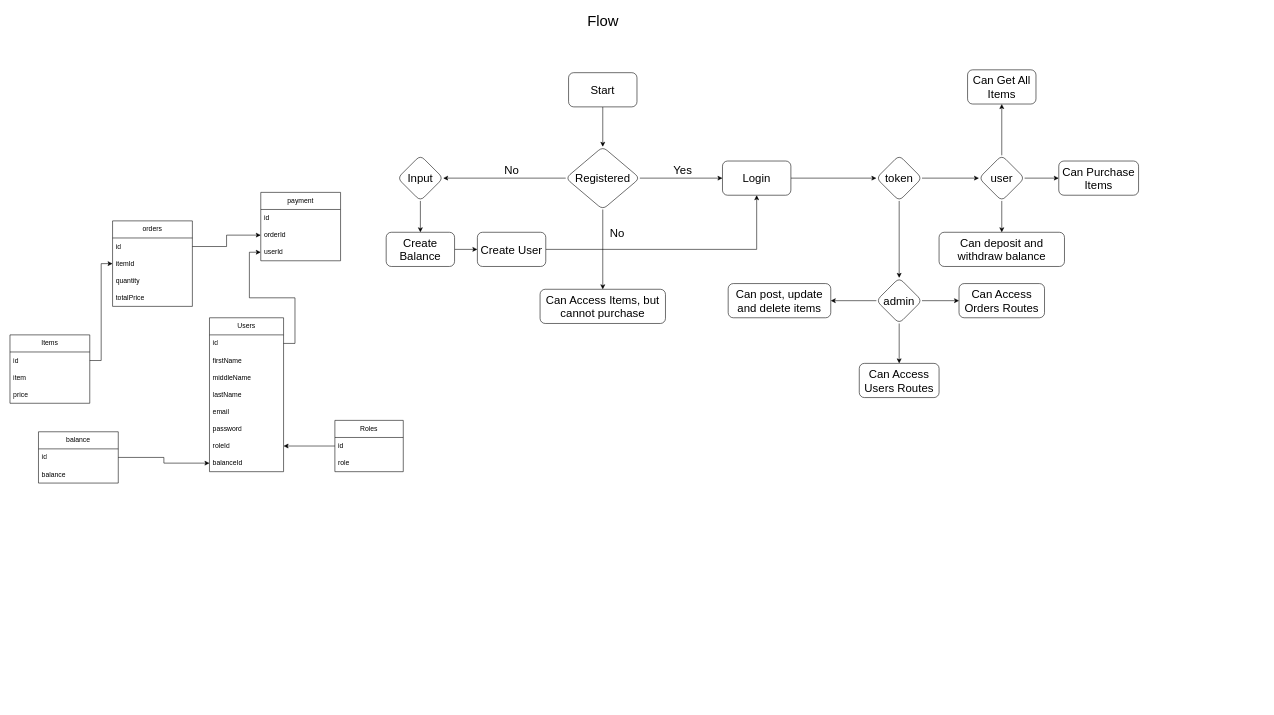
The draw.io diagram Untitled Diagram.drawio in rvldodo/stripe-api, before the edit. Source tidied: cells renumbered, new cells numbered last; positions are measured from the earlier drawing's top-left corner, leaving out a move shared by most shapes. Both pictures are drawn from the tidied source at 57%, with x=0, y=0 at pixel (10, 10).
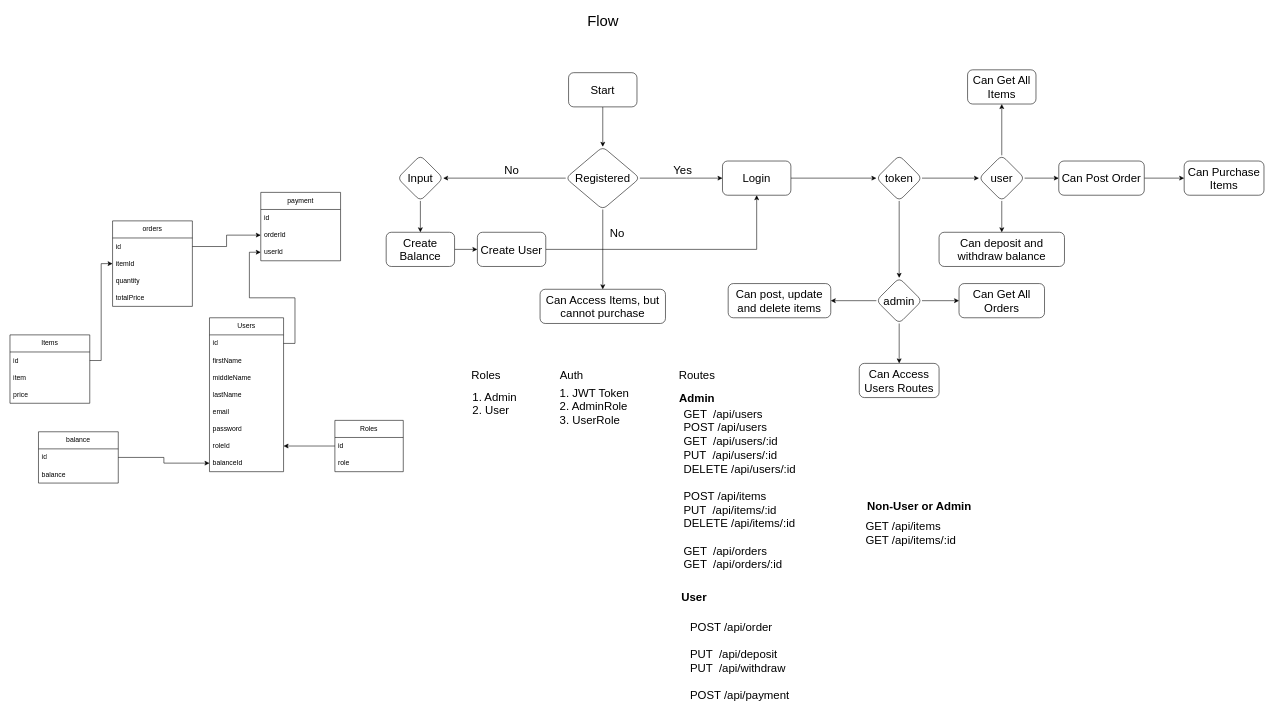
After the change.

Commit message:
all routes listed in drawio

Diff of the diagram source:
```diff
@@
-    <mxCell id="68" value="&lt;font style=&quot;font-size: 20px;&quot;&gt;Can Access Orders Routes&lt;/font&gt;" style="whiteSpace=wrap;html=1;rounded=1;" parent="1" vertex="1">
+    <mxCell id="68" value="&lt;font style=&quot;font-size: 20px;&quot;&gt;Can Get All Orders&lt;/font&gt;" style="whiteSpace=wrap;html=1;rounded=1;" parent="1" vertex="1">
       <mxGeometry x="1665" y="480" width="150" height="60" as="geometry" />
     </mxCell>
@@
+    <mxCell id="72" style="edgeStyle=orthogonalEdgeStyle;rounded=0;jettySize=auto;html=1;exitX=1;exitY=0.5;exitDx=0;exitDy=0;entryX=0;entryY=0.5;entryDx=0;entryDy=0;" parent="1" edge="1" source="70" target="80">
+      <mxGeometry relative="1" as="geometry" />
+    </mxCell>
-    <mxCell id="70" value="&lt;font style=&quot;font-size: 20px;&quot;&gt;Can Purchase Items&lt;/font&gt;" style="whiteSpace=wrap;html=1;rounded=1;" parent="1" vertex="1">
-      <mxGeometry x="1840" y="265" width="140" height="60" as="geometry" />
+    <mxCell id="70" value="&lt;font style=&quot;font-size: 20px;&quot;&gt;Can Post Order&lt;/font&gt;" style="whiteSpace=wrap;html=1;rounded=1;" parent="1" vertex="1">
+      <mxGeometry x="1840" y="265" width="150" height="60" as="geometry" />
     </mxCell>
@@
+    <mxCell id="73" value="&lt;font style=&quot;font-size: 20px;&quot;&gt;Roles&lt;/font&gt;" style="text;html=1;align=center;verticalAlign=middle;strokeColor=none;fillColor=none;" parent="1" vertex="1">
+      <mxGeometry x="800" y="620" width="70" height="40" as="geometry" />
+    </mxCell>
+    <mxCell id="74" value="&lt;div style=&quot;text-align: left;&quot;&gt;&lt;span style=&quot;font-size: 20px; background-color: initial;&quot;&gt;1. Admin&lt;/span&gt;&lt;/div&gt;&lt;span style=&quot;font-size: 20px;&quot;&gt;&lt;div style=&quot;text-align: left;&quot;&gt;&lt;span style=&quot;background-color: initial;&quot;&gt;2. User&lt;/span&gt;&lt;/div&gt;&lt;/span&gt;" style="text;html=1;align=center;verticalAlign=middle;strokeColor=none;fillColor=none;" parent="1" vertex="1">
+      <mxGeometry x="800" y="660" width="100" height="60" as="geometry" />
+    </mxCell>
+    <mxCell id="75" value="&lt;font style=&quot;font-size: 20px;&quot;&gt;Auth&lt;/font&gt;" style="text;html=1;align=center;verticalAlign=middle;strokeColor=none;fillColor=none;" parent="1" vertex="1">
+      <mxGeometry x="955" y="620" width="60" height="40" as="geometry" />
+    </mxCell>
+    <mxCell id="76" value="&lt;div style=&quot;text-align: left;&quot;&gt;&lt;span style=&quot;font-size: 20px; background-color: initial;&quot;&gt;1. JWT Token&lt;/span&gt;&lt;/div&gt;&lt;span style=&quot;font-size: 20px;&quot;&gt;&lt;div style=&quot;text-align: left;&quot;&gt;&lt;span style=&quot;background-color: initial;&quot;&gt;2. AdminRole&lt;/span&gt;&lt;/div&gt;&lt;div style=&quot;text-align: left;&quot;&gt;&lt;span style=&quot;background-color: initial;&quot;&gt;3. UserRole&lt;/span&gt;&lt;/div&gt;&lt;/span&gt;" style="text;html=1;align=center;verticalAlign=middle;strokeColor=none;fillColor=none;" parent="1" vertex="1">
+      <mxGeometry x="950" y="650" width="150" height="90" as="geometry" />
+    </mxCell>
+    <mxCell id="77" value="&lt;font style=&quot;font-size: 20px;&quot;&gt;Routes&lt;/font&gt;" style="text;html=1;align=center;verticalAlign=middle;strokeColor=none;fillColor=none;" parent="1" vertex="1">
+      <mxGeometry x="1160" y="620" width="90" height="40" as="geometry" />
+    </mxCell>
+    <mxCell id="78" value="&lt;font style=&quot;font-size: 20px;&quot;&gt;&lt;b&gt;Admin&lt;/b&gt;&lt;/font&gt;" style="text;html=1;align=center;verticalAlign=middle;strokeColor=none;fillColor=none;" parent="1" vertex="1">
+      <mxGeometry x="1160" y="660" width="90" height="40" as="geometry" />
+    </mxCell>
+    <mxCell id="79" value="&lt;div style=&quot;text-align: left;&quot;&gt;&lt;span style=&quot;font-size: 20px; background-color: initial;&quot;&gt;GET&lt;span style=&quot;white-space: pre;&quot;&gt; &lt;/span&gt;&lt;span style=&quot;white-space: pre;&quot;&gt; &lt;/span&gt;/api/users&lt;/span&gt;&lt;/div&gt;&lt;div style=&quot;text-align: left;&quot;&gt;&lt;span style=&quot;font-size: 20px; background-color: initial;&quot;&gt;POST&lt;span style=&quot;white-space: pre;&quot;&gt; &lt;/span&gt;/api/users&lt;/span&gt;&lt;/div&gt;&lt;div style=&quot;text-align: left;&quot;&gt;&lt;span style=&quot;font-size: 20px; background-color: initial;&quot;&gt;GET&lt;span style=&quot;white-space: pre;&quot;&gt; &lt;/span&gt;&lt;span style=&quot;white-space: pre;&quot;&gt; &lt;/span&gt;/api/users/:id&lt;/span&gt;&lt;/div&gt;&lt;div style=&quot;text-align: left;&quot;&gt;&lt;span style=&quot;font-size: 20px; background-color: initial;&quot;&gt;PUT&lt;span style=&quot;white-space: pre;&quot;&gt; &lt;/span&gt;&lt;span style=&quot;white-space: pre;&quot;&gt; &lt;/span&gt;/api/users/:id&lt;/span&gt;&lt;/div&gt;&lt;div style=&quot;text-align: left;&quot;&gt;&lt;span style=&quot;font-size: 20px; background-color: initial;&quot;&gt;DELETE&lt;span style=&quot;white-space: pre;&quot;&gt; &lt;/span&gt;/api/users/:id&lt;/span&gt;&lt;/div&gt;&lt;div style=&quot;text-align: left;&quot;&gt;&lt;span style=&quot;font-size: 20px; background-color: initial;&quot;&gt;&lt;br&gt;&lt;/span&gt;&lt;/div&gt;&lt;div style=&quot;text-align: left;&quot;&gt;&lt;span style=&quot;font-size: 20px;&quot;&gt;POST&lt;span style=&quot;white-space: pre;&quot;&gt; &lt;/span&gt;/api/items&lt;/span&gt;&lt;/div&gt;&lt;div style=&quot;text-align: left;&quot;&gt;&lt;span style=&quot;font-size: 20px;&quot;&gt;PUT&lt;span style=&quot;white-space: pre;&quot;&gt; &lt;/span&gt;&lt;span style=&quot;white-space: pre;&quot;&gt; &lt;/span&gt;/api/items/:id&lt;/span&gt;&lt;/div&gt;&lt;div style=&quot;text-align: left;&quot;&gt;&lt;span style=&quot;font-size: 20px;&quot;&gt;DELETE&lt;span style=&quot;white-space: pre;&quot;&gt; &lt;/span&gt;/api/items/:id&lt;/span&gt;&lt;/div&gt;&lt;div style=&quot;text-align: left;&quot;&gt;&lt;span style=&quot;font-size: 20px;&quot;&gt;&lt;br&gt;&lt;/span&gt;&lt;/div&gt;&lt;div style=&quot;text-align: left;&quot;&gt;&lt;span style=&quot;font-size: 20px;&quot;&gt;GET&lt;span style=&quot;white-space: pre;&quot;&gt; &lt;/span&gt;&lt;span style=&quot;white-space: pre;&quot;&gt; &lt;/span&gt;/api/orders&lt;/span&gt;&lt;/div&gt;&lt;div style=&quot;text-align: left;&quot;&gt;&lt;span style=&quot;font-size: 20px;&quot;&gt;GET&lt;span style=&quot;white-space: pre;&quot;&gt; &lt;/span&gt;&lt;span style=&quot;white-space: pre;&quot;&gt; &lt;/span&gt;/api/orders/:id&lt;/span&gt;&lt;/div&gt;" style="text;html=1;align=center;verticalAlign=middle;strokeColor=none;fillColor=none;" parent="1" vertex="1">
+      <mxGeometry x="1165" y="690" width="230" height="300" as="geometry" />
+    </mxCell>
+    <mxCell id="80" value="&lt;font style=&quot;font-size: 20px;&quot;&gt;Can Purchase Items&lt;/font&gt;" style="whiteSpace=wrap;html=1;rounded=1;" parent="1" vertex="1">
+      <mxGeometry x="2060" y="265" width="140" height="60" as="geometry" />
+    </mxCell>
+    <mxCell id="81" value="&lt;font style=&quot;font-size: 20px;&quot;&gt;&lt;b&gt;User&lt;/b&gt;&lt;/font&gt;" style="text;html=1;align=center;verticalAlign=middle;strokeColor=none;fillColor=none;" parent="1" vertex="1">
+      <mxGeometry x="1165" y="1010" width="70" height="40" as="geometry" />
+    </mxCell>
+    <mxCell id="82" value="&lt;div style=&quot;text-align: left;&quot;&gt;&lt;br&gt;&lt;/div&gt;&lt;div style=&quot;text-align: left;&quot;&gt;&lt;span style=&quot;font-size: 20px; background-color: initial;&quot;&gt;POST&lt;span style=&quot;white-space: pre;&quot;&gt; &lt;/span&gt;/api/order&lt;/span&gt;&lt;/div&gt;&lt;div style=&quot;text-align: left;&quot;&gt;&lt;span style=&quot;font-size: 20px; background-color: initial;&quot;&gt;&lt;br&gt;&lt;/span&gt;&lt;/div&gt;&lt;div style=&quot;text-align: left;&quot;&gt;&lt;span style=&quot;font-size: 20px;&quot;&gt;PUT&lt;span style=&quot;white-space: pre;&quot;&gt; &lt;/span&gt;&lt;span style=&quot;white-space: pre;&quot;&gt; &lt;/span&gt;/api/deposit&lt;/span&gt;&lt;/div&gt;&lt;div style=&quot;text-align: left;&quot;&gt;&lt;span style=&quot;font-size: 20px;&quot;&gt;PUT&lt;span style=&quot;white-space: pre;&quot;&gt; &lt;/span&gt;&lt;span style=&quot;white-space: pre;&quot;&gt; &lt;/span&gt;/api/withdraw&lt;/span&gt;&lt;/div&gt;&lt;div style=&quot;text-align: left;&quot;&gt;&lt;span style=&quot;font-size: 20px;&quot;&gt;&lt;br&gt;&lt;/span&gt;&lt;/div&gt;&lt;div style=&quot;text-align: left;&quot;&gt;&lt;span style=&quot;font-size: 20px;&quot;&gt;POST&lt;span style=&quot;white-space: pre;&quot;&gt; &lt;/span&gt;/api/payment&lt;/span&gt;&lt;/div&gt;" style="text;html=1;align=center;verticalAlign=middle;strokeColor=none;fillColor=none;" parent="1" vertex="1">
+      <mxGeometry x="1165" y="1050" width="230" height="170" as="geometry" />
+    </mxCell>
+    <mxCell id="83" value="&lt;font style=&quot;font-size: 20px;&quot;&gt;&lt;b&gt;Non-User or Admin&lt;/b&gt;&lt;/font&gt;" style="text;html=1;align=center;verticalAlign=middle;strokeColor=none;fillColor=none;" parent="1" vertex="1">
+      <mxGeometry x="1490" y="850" width="210" height="40" as="geometry" />
+    </mxCell>
+    <mxCell id="84" value="&lt;div style=&quot;text-align: left;&quot;&gt;&lt;br&gt;&lt;/div&gt;&lt;div style=&quot;text-align: left;&quot;&gt;&lt;span style=&quot;font-size: 20px; background-color: initial;&quot;&gt;GET&lt;span style=&quot;&quot;&gt; &lt;/span&gt;&lt;span style=&quot;&quot;&gt; &lt;/span&gt;/api/items&lt;/span&gt;&lt;/div&gt;&lt;div style=&quot;text-align: left;&quot;&gt;&lt;span style=&quot;font-size: 20px; background-color: initial;&quot;&gt;GET /api/items/:id&lt;/span&gt;&lt;/div&gt;" style="text;html=1;align=center;verticalAlign=middle;strokeColor=none;fillColor=none;" parent="1" vertex="1">
+      <mxGeometry x="1490" y="870" width="180" height="80" as="geometry" />
+    </mxCell>
```
